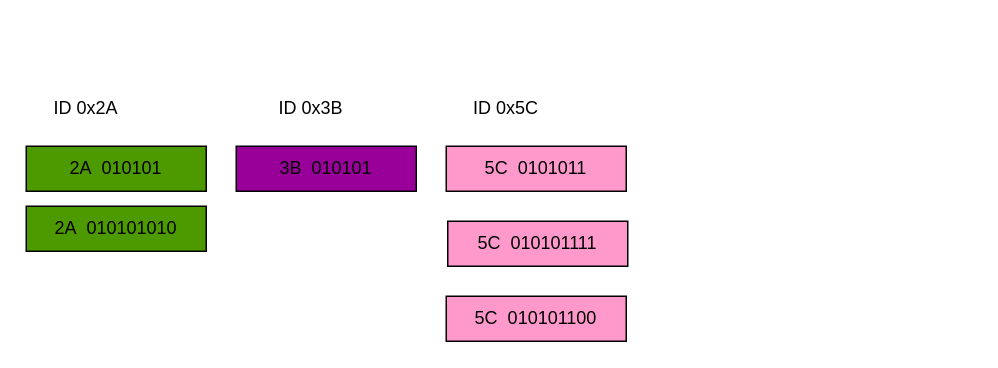
The draw.io diagram Untitled Diagram.drawio in Asabeneh/30-Days-Of-Python, before the edit. Source tidied: cells renumbered, new cells numbered last; positions are measured from the earlier drawing's top-left corner, leaving out a move shared by most shapes. Both pictures are drawn from the tidied source at 150%, with x=0, y=0 at pixel (26, 86).
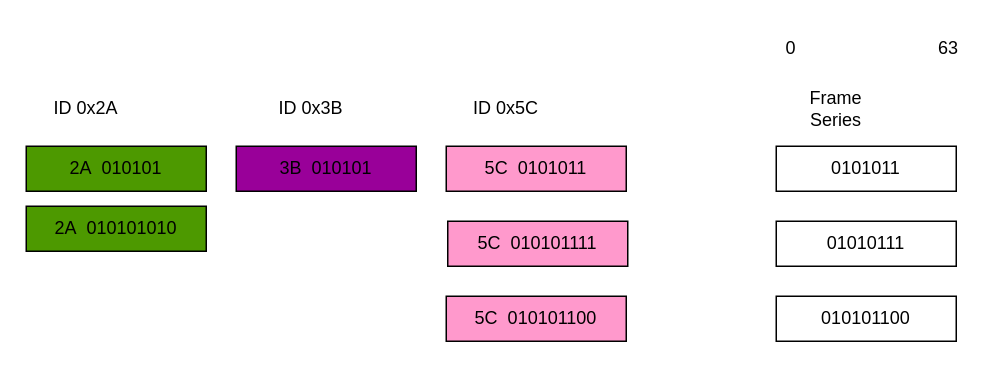
The same diagram, later.

Diff of the diagram source:
```diff
@@
 <mxGraphModel>
   <root>
     <mxCell id="0" />
     <mxCell id="1" parent="0" />
     <mxCell id="2" value="ID 0x2A" style="text;html=1;strokeColor=none;fillColor=none;align=center;verticalAlign=middle;whiteSpace=wrap;rounded=0;" parent="1" vertex="1">
       <mxGeometry x="10" width="60" height="30" as="geometry" />
     </mxCell>
     <mxCell id="3" value="ID 0x5C" style="text;html=1;strokeColor=none;fillColor=none;align=center;verticalAlign=middle;whiteSpace=wrap;rounded=0;" parent="1" vertex="1">
       <mxGeometry x="290" width="60" height="30" as="geometry" />
     </mxCell>
     <mxCell id="4" value="ID 0x3B" style="text;html=1;strokeColor=none;fillColor=none;align=center;verticalAlign=middle;whiteSpace=wrap;rounded=0;" parent="1" vertex="1">
       <mxGeometry x="160" width="60" height="30" as="geometry" />
     </mxCell>
     <mxCell id="5" value="2A&amp;nbsp; 010101" style="rounded=0;whiteSpace=wrap;html=1;fillColor=#4D9900;" parent="1" vertex="1">
       <mxGeometry y="40" width="120" height="30" as="geometry" />
     </mxCell>
     <mxCell id="6" value="2A&amp;nbsp; 010101010" style="rounded=0;whiteSpace=wrap;html=1;fillColor=#4D9900;" parent="1" vertex="1">
       <mxGeometry y="80" width="120" height="30" as="geometry" />
     </mxCell>
     <mxCell id="7" value="3B&amp;nbsp; 010101" style="rounded=0;whiteSpace=wrap;html=1;fillColor=#990099;" parent="1" vertex="1">
       <mxGeometry x="140" y="40" width="120" height="30" as="geometry" />
     </mxCell>
     <mxCell id="8" value="5C&amp;nbsp; 0101011" style="rounded=0;whiteSpace=wrap;html=1;fillColor=#FF99CC;" parent="1" vertex="1">
       <mxGeometry x="280" y="40" width="120" height="30" as="geometry" />
     </mxCell>
     <mxCell id="9" value="5C&amp;nbsp; 010101111" style="rounded=0;whiteSpace=wrap;html=1;fillColor=#FF99CC;" parent="1" vertex="1">
       <mxGeometry x="281" y="90" width="120" height="30" as="geometry" />
     </mxCell>
     <mxCell id="10" value="5C&amp;nbsp; 010101100" style="rounded=0;whiteSpace=wrap;html=1;fillColor=#FF99CC;" parent="1" vertex="1">
       <mxGeometry x="280" y="140" width="120" height="30" as="geometry" />
     </mxCell>
+    <mxCell id="11" value="Frame Series" style="text;html=1;strokeColor=none;fillColor=none;align=center;verticalAlign=middle;whiteSpace=wrap;rounded=0;" parent="1" vertex="1">
+      <mxGeometry x="510" width="60" height="30" as="geometry" />
+    </mxCell>
+    <mxCell id="12" value="0101011" style="rounded=0;whiteSpace=wrap;html=1;" parent="1" vertex="1">
+      <mxGeometry x="500" y="40" width="120" height="30" as="geometry" />
+    </mxCell>
+    <mxCell id="13" value="01010111" style="rounded=0;whiteSpace=wrap;html=1;" parent="1" vertex="1">
+      <mxGeometry x="500" y="90" width="120" height="30" as="geometry" />
+    </mxCell>
+    <mxCell id="14" value="010101100" style="rounded=0;whiteSpace=wrap;html=1;" parent="1" vertex="1">
+      <mxGeometry x="500" y="140" width="120" height="30" as="geometry" />
+    </mxCell>
+    <mxCell id="15" value="0" style="text;html=1;strokeColor=none;fillColor=none;align=center;verticalAlign=middle;whiteSpace=wrap;rounded=0;" parent="1" vertex="1">
+      <mxGeometry x="500" y="-40" width="20" height="30" as="geometry" />
+    </mxCell>
+    <mxCell id="16" value="63" style="text;html=1;strokeColor=none;fillColor=none;align=center;verticalAlign=middle;whiteSpace=wrap;rounded=0;" parent="1" vertex="1">
+      <mxGeometry x="600" y="-40" width="30" height="30" as="geometry" />
+    </mxCell>
   </root>
 </mxGraphModel>
```
